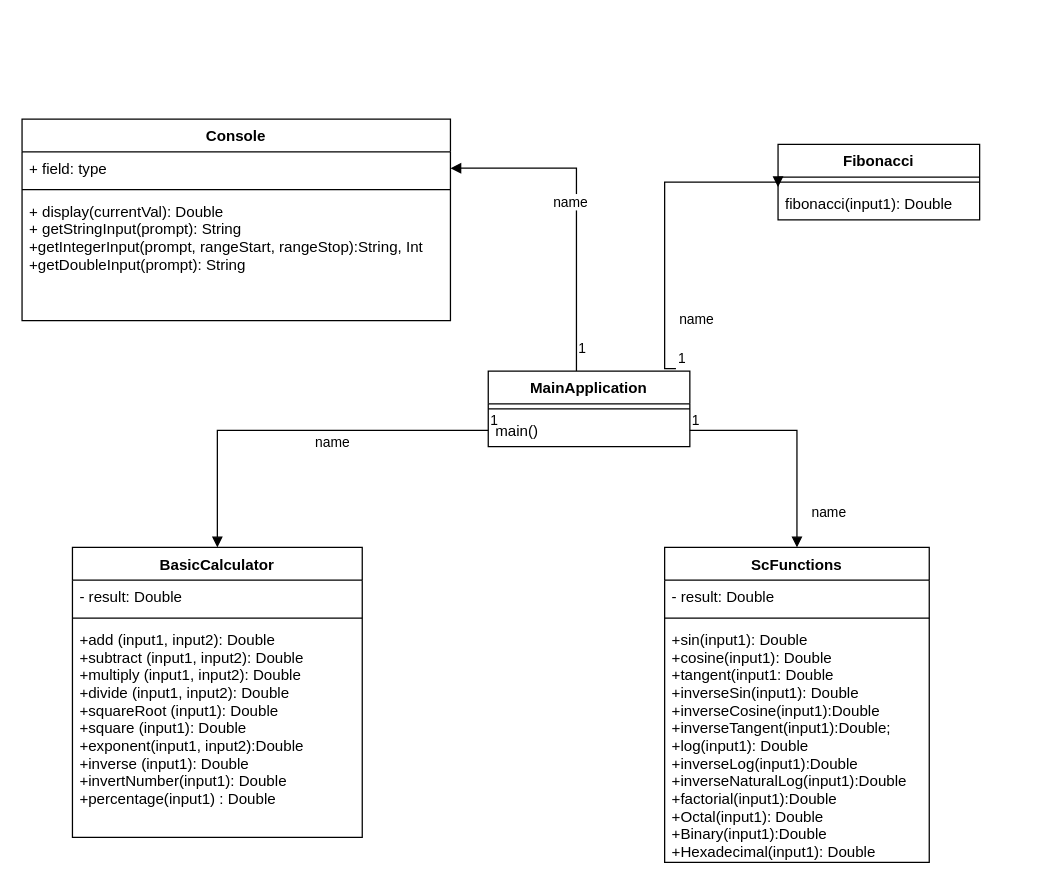
This is Untitled Diagram.drawio from ZipCodeCore/ScientificCalculator, a draw.io file, before an edit. Source tidied: cells renumbered, new cells numbered last; positions are measured from the earlier drawing's top-left corner, leaving out a move shared by most shapes. Both pictures are drawn from the tidied source at 126%, with x=0, y=0 at pixel (21, 118).
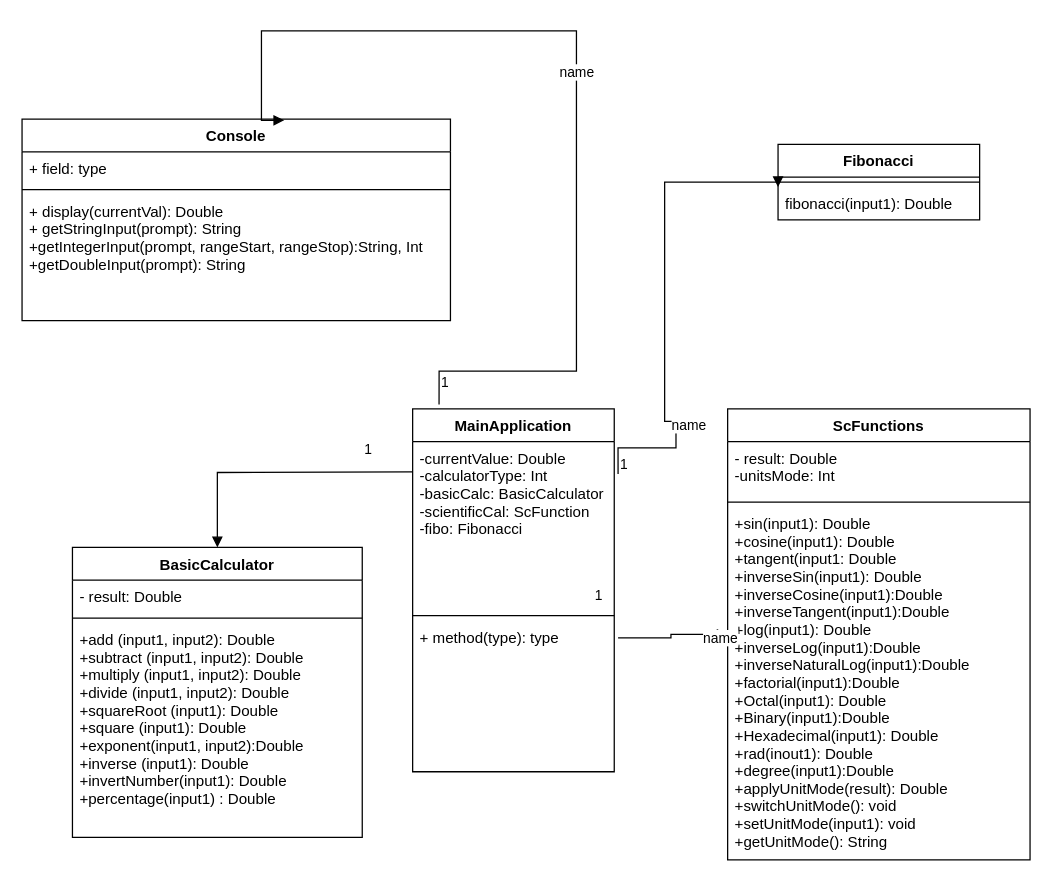
After the change.

Commit message:
Updated UML Diagram

Unchanged cells that the change refers to:
```xml
<mxCell id="5" value="BasicCalculator" style="swimlane;fontStyle=1;align=center;verticalAlign=top;horizontal=1;startSize=26;" parent="1" vertex="1">
  <mxGeometry x="40" y="340" width="230" height="230" as="geometry" />
</mxCell>
<mxCell id="13" value="Console" style="swimlane;fontStyle=1;align=center;verticalAlign=top;horizontal=1;startSize=26;" parent="1" vertex="1">
  <mxGeometry width="340" height="160" as="geometry" />
</mxCell>
<mxCell id="14" value="+ field: type" style="text;strokeColor=none;fillColor=none;align=left;verticalAlign=top;spacingLeft=4;spacingRight=4;overflow=hidden;points=[[0,0.5],[1,0.5]];portConstraint=eastwest;" parent="13" vertex="1">
  <mxGeometry y="26" width="340" height="26" as="geometry" />
</mxCell>
<mxCell id="19" value="fibonacci(input1): Double" style="text;strokeColor=none;fillColor=none;align=left;verticalAlign=top;spacingLeft=4;spacingRight=4;overflow=hidden;points=[[0,0.5],[1,0.5]];portConstraint=eastwest;" parent="17" vertex="1">
  <mxGeometry y="34" width="160" height="26" as="geometry" />
</mxCell>
```

The edit, as a diff of the source:
```diff
@@
-    <mxCell id="2" value="MainApplication" style="swimlane;fontStyle=1;align=center;verticalAlign=top;horizontal=1;startSize=26;" parent="1" vertex="1">
-      <mxGeometry x="370" y="200" width="160" height="60" as="geometry" />
-    </mxCell>
-    <mxCell id="3" style="line;strokeWidth=1;fillColor=none;align=left;verticalAlign=middle;spacingTop=-1;spacingLeft=3;spacingRight=3;labelPosition=right;" parent="2" vertex="1">
-      <mxGeometry y="26" width="160" height="8" as="geometry" />
-    </mxCell>
-    <mxCell id="4" value="main()" style="text;strokeColor=none;fillColor=none;align=left;verticalAlign=top;spacingLeft=4;spacingRight=4;overflow=hidden;points=[[0,0.5],[1,0.5]];portConstraint=eastwest;" parent="2" vertex="1">
-      <mxGeometry y="34" width="160" height="26" as="geometry" />
-    </mxCell>
@@
     <mxCell id="9" value="ScFunctions" style="swimlane;fontStyle=1;align=center;verticalAlign=top;horizontal=1;startSize=26;" parent="1" vertex="1">
-      <mxGeometry x="510" y="340" width="210" height="250" as="geometry" />
+      <mxGeometry x="560" y="230" width="240" height="358" as="geometry" />
     </mxCell>
-    <mxCell id="10" value="- result: Double" style="text;strokeColor=none;fillColor=none;align=left;verticalAlign=top;spacingLeft=4;spacingRight=4;overflow=hidden;" parent="9" vertex="1">
-      <mxGeometry y="26" width="210" height="26" as="geometry" />
+    <mxCell id="10" value="- result: Double&#10;-unitsMode: Int" style="text;strokeColor=none;fillColor=none;align=left;verticalAlign=top;spacingLeft=4;spacingRight=4;overflow=hidden;" parent="9" vertex="1">
+      <mxGeometry y="26" width="240" height="44" as="geometry" />
     </mxCell>
     <mxCell id="11" style="line;strokeWidth=1;fillColor=none;align=left;verticalAlign=middle;spacingTop=-1;spacingLeft=3;spacingRight=3;labelPosition=right;" parent="9" vertex="1">
-      <mxGeometry y="52" width="210" height="8" as="geometry" />
+      <mxGeometry y="70" width="240" height="8" as="geometry" />
     </mxCell>
-    <mxCell id="12" value="+sin(input1): Double&#10;+cosine(input1): Double&#10;+tangent(input1: Double&#10;+inverseSin(input1): Double&#10;+inverseCosine(input1):Double&#10;+inverseTangent(input1):Double;&#10;+log(input1): Double&#10;+inverseLog(input1):Double&#10;+inverseNaturalLog(input1):Double&#10;+factorial(input1):Double&#10;+Octal(input1): Double&#10;+Binary(input1):Double&#10;+Hexadecimal(input1): Double" style="text;strokeColor=none;fillColor=none;align=left;verticalAlign=top;spacingLeft=4;spacingRight=4;overflow=hidden;" parent="9" vertex="1">
-      <mxGeometry y="60" width="210" height="190" as="geometry" />
+    <mxCell id="12" value="+sin(input1): Double&#10;+cosine(input1): Double&#10;+tangent(input1: Double&#10;+inverseSin(input1): Double&#10;+inverseCosine(input1):Double&#10;+inverseTangent(input1):Double&#10;+log(input1): Double&#10;+inverseLog(input1):Double&#10;+inverseNaturalLog(input1):Double&#10;+factorial(input1):Double&#10;+Octal(input1): Double&#10;+Binary(input1):Double&#10;+Hexadecimal(input1): Double&#10;+rad(inout1): Double&#10;+degree(input1):Double&#10;+applyUnitMode(result): Double&#10;+switchUnitMode(): void&#10;+setUnitMode(input1): void&#10;+getUnitMode(): String&#10;" style="text;strokeColor=none;fillColor=none;align=left;verticalAlign=top;spacingLeft=4;spacingRight=4;overflow=hidden;" parent="9" vertex="1">
+      <mxGeometry y="78" width="240" height="280" as="geometry" />
     </mxCell>
@@
-    <mxCell id="20" value="name" style="endArrow=block;endFill=1;html=1;edgeStyle=orthogonalEdgeStyle;align=left;verticalAlign=top;rounded=0;" parent="1" edge="1" source="4" target="9">
+    <mxCell id="20" value="name" style="endArrow=block;endFill=1;html=1;edgeStyle=orthogonalEdgeStyle;align=left;verticalAlign=top;rounded=0;exitX=1.019;exitY=0.115;exitDx=0;exitDy=0;exitPerimeter=0;" parent="1" edge="1" source="30" target="9">
       <mxGeometry x="0.54" y="10" relative="1" as="geometry" />
     </mxCell>
     <mxCell id="21" value="1" style="edgeLabel;html=1;align=left;verticalAlign=bottom;" parent="20" vertex="1">
-      <mxGeometry x="-1" relative="1" as="geometry" />
+      <mxGeometry x="-1" relative="1" as="geometry">
+        <mxPoint x="-20" y="-26" as="offset" />
+      </mxGeometry>
     </mxCell>
-    <mxCell id="22" value="name" style="endArrow=block;endFill=1;html=1;edgeStyle=orthogonalEdgeStyle;align=left;verticalAlign=top;rounded=0;" parent="1" edge="1" source="4" target="5">
-      <mxGeometry x="-0.1" y="-3" relative="1" as="geometry" />
-    </mxCell>
-    <mxCell id="23" value="1" style="edgeLabel;html=1;align=left;verticalAlign=bottom;" parent="22" vertex="1">
-      <mxGeometry x="-1" relative="1" as="geometry" />
-    </mxCell>
-    <mxCell id="24" value="name" style="endArrow=block;endFill=1;html=1;edgeStyle=orthogonalEdgeStyle;align=left;verticalAlign=top;rounded=0;exitX=0.931;exitY=-0.033;exitDx=0;exitDy=0;exitPerimeter=0;" parent="1" edge="1" source="2" target="19">
+    <mxCell id="24" value="name" style="endArrow=block;endFill=1;html=1;edgeStyle=orthogonalEdgeStyle;align=left;verticalAlign=top;rounded=0;exitX=1.019;exitY=0.192;exitDx=0;exitDy=0;exitPerimeter=0;" parent="1" edge="1" source="28" target="19">
       <mxGeometry x="-0.51" y="-10" relative="1" as="geometry">
         <Array as="points">
-          <mxPoint x="510" y="198" />
+          <mxPoint x="519" y="261" />
+          <mxPoint x="519" y="240" />
+          <mxPoint x="510" y="240" />
           <mxPoint x="510" y="50" />
           <mxPoint x="600" y="50" />
         </Array>
       </mxGeometry>
     </mxCell>
@@
-    <mxCell id="26" value="name" style="endArrow=block;endFill=1;html=1;edgeStyle=orthogonalEdgeStyle;align=left;verticalAlign=top;rounded=0;" parent="1" edge="1" target="14">
+    <mxCell id="26" value="name" style="endArrow=block;endFill=1;html=1;edgeStyle=orthogonalEdgeStyle;align=left;verticalAlign=top;rounded=0;exitX=0.131;exitY=-0.012;exitDx=0;exitDy=0;exitPerimeter=0;entryX=0.612;entryY=0.006;entryDx=0;entryDy=0;entryPerimeter=0;" parent="1" edge="1" source="2" target="13">
       <mxGeometry x="0.13" y="20" relative="1" as="geometry">
-        <mxPoint x="440" y="200" as="sourcePoint" />
         <Array as="points">
+          <mxPoint x="331" y="200" />
           <mxPoint x="440" y="200" />
-          <mxPoint x="440" />
+          <mxPoint x="440" y="-70" />
+          <mxPoint x="190" y="-70" />
+          <mxPoint x="190" y="1" />
         </Array>
       </mxGeometry>
     </mxCell>
@@
+    <mxCell id="2" value="MainApplication" style="swimlane;fontStyle=1;align=center;verticalAlign=top;horizontal=1;startSize=26;" parent="1" vertex="1">
+      <mxGeometry x="310" y="230" width="160" height="288" as="geometry" />
+    </mxCell>
+    <mxCell id="28" value="-currentValue: Double&#10;-calculatorType: Int&#10;-basicCalc: BasicCalculator&#10;-scientificCal: ScFunction&#10;-fibo: Fibonacci&#10;&#10;" style="text;strokeColor=none;fillColor=none;align=left;verticalAlign=top;spacingLeft=4;spacingRight=4;overflow=hidden;points=[[0,0.5],[1,0.5]];portConstraint=eastwest;" parent="2" vertex="1">
+      <mxGeometry y="26" width="160" height="134" as="geometry" />
+    </mxCell>
+    <mxCell id="29" style="line;strokeWidth=1;fillColor=none;align=left;verticalAlign=middle;spacingTop=-1;spacingLeft=3;spacingRight=3;labelPosition=right;" parent="2" vertex="1">
+      <mxGeometry y="160" width="160" height="8" as="geometry" />
+    </mxCell>
+    <mxCell id="30" value="+ method(type): type" style="text;strokeColor=none;fillColor=none;align=left;verticalAlign=top;spacingLeft=4;spacingRight=4;overflow=hidden;points=[[0,0.5],[1,0.5]];portConstraint=eastwest;" parent="2" vertex="1">
+      <mxGeometry y="168" width="160" height="120" as="geometry" />
+    </mxCell>
+    <mxCell id="31" style="endArrow=block;endFill=1;html=1;edgeStyle=orthogonalEdgeStyle;align=left;verticalAlign=top;rounded=0;entryX=0.5;entryY=0;entryDx=0;entryDy=0;" parent="1" edge="1" target="5">
+      <mxGeometry x="-1" relative="1" as="geometry">
+        <mxPoint x="310" y="280" as="sourcePoint" />
+      </mxGeometry>
+    </mxCell>
+    <mxCell id="23" value="1" style="edgeLabel;html=1;align=left;verticalAlign=bottom;" parent="31" vertex="1">
+      <mxGeometry x="-1" relative="1" as="geometry">
+        <mxPoint x="-40" y="-10" as="offset" />
+      </mxGeometry>
+    </mxCell>
```
